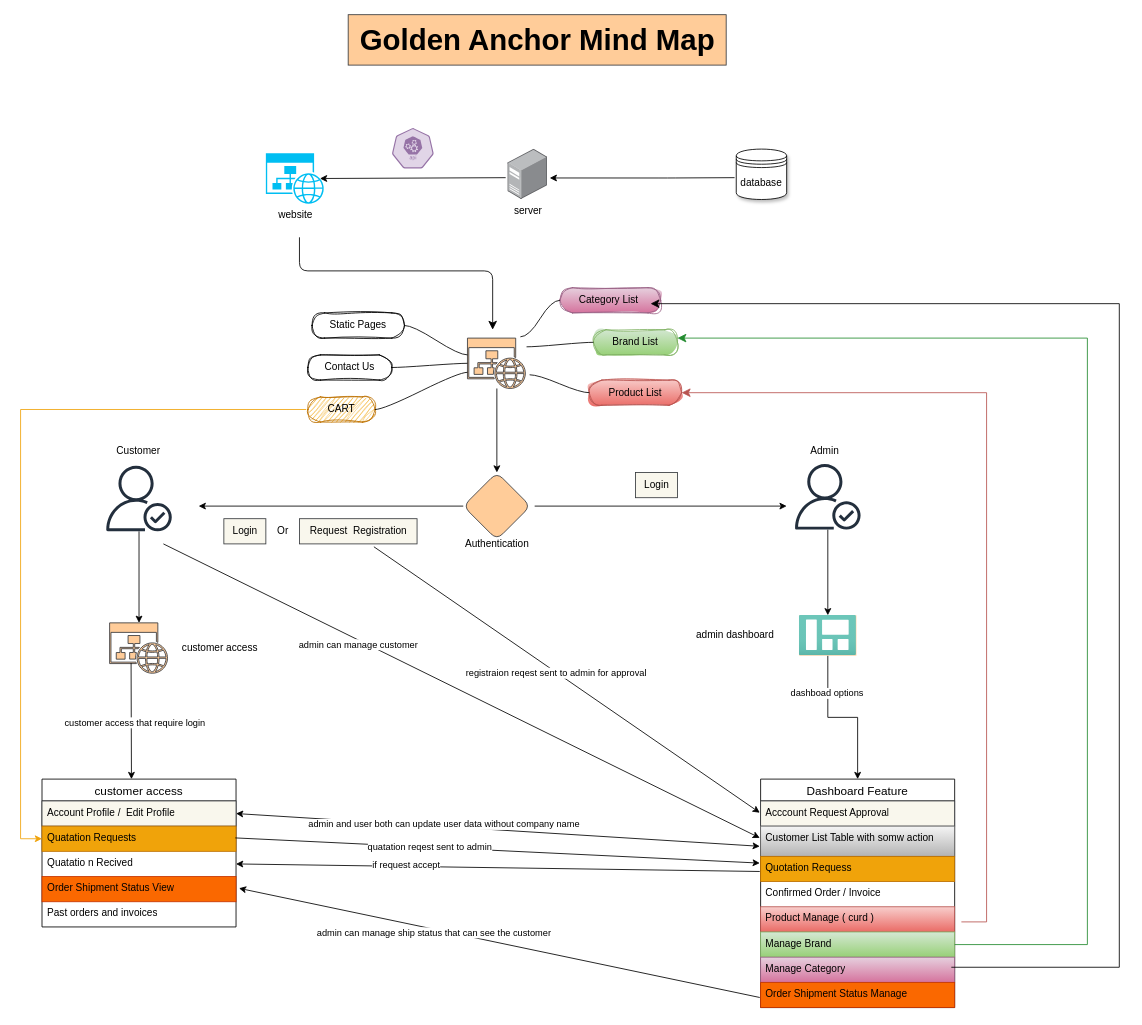
Above: page "mindmap" (2 of 2) of golden-anchor-flow.drawio in checkiamsiam/golden-anchor-visualizations (draw.io), before the change. Source tidied: cells renumbered, new cells numbered last; positions are measured from the earlier drawing's top-left corner, leaving out a move shared by most shapes. Both pictures are drawn from the tidied source at 84%, with x=0, y=0 at pixel (20, 14).
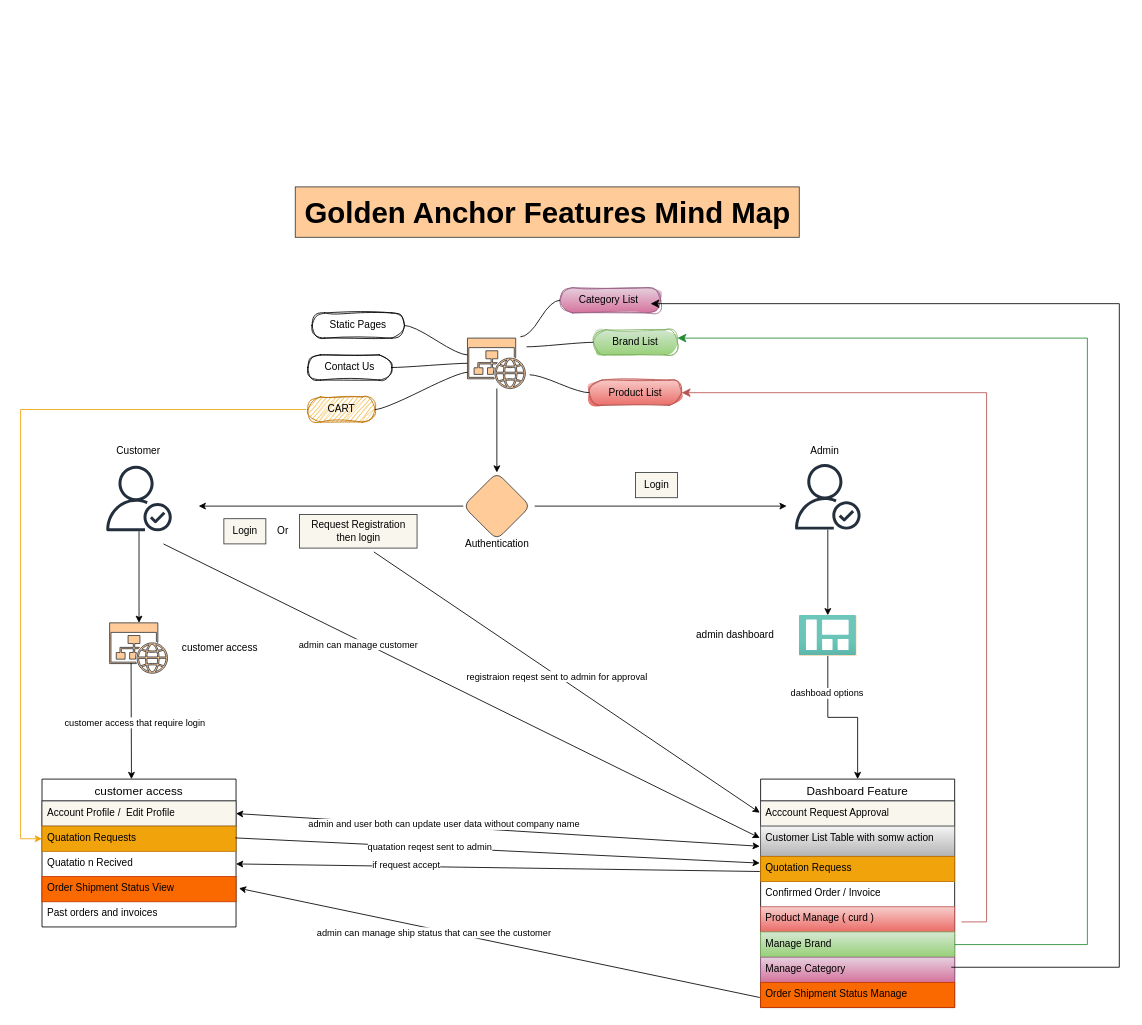
The same diagram, later.

The edit, as a diff of the source:
```diff
@@
-    <mxCell id="2" value="database" style="shape=datastore;whiteSpace=wrap;html=1;rounded=1;shadow=1;" parent="1" vertex="1">
-      <mxGeometry x="852" y="160" width="60" height="60" as="geometry" />
-    </mxCell>
-    <mxCell id="3" value="server" style="image;points=[];html=1;align=center;shadow=0;dashed=0;image=img/lib/allied_telesis/computer_and_terminals/Server_Desktop.svg;rounded=1;" parent="1" vertex="1">
-      <mxGeometry x="580" y="160" width="47.3" height="60" as="geometry" />
-    </mxCell>
-    <mxCell id="4" style="endArrow=classic;html=1;rounded=1;entryX=1.056;entryY=0.573;entryDx=0;entryDy=0;entryPerimeter=0;" parent="1" edge="1" target="3">
-      <mxGeometry relative="1" as="geometry">
-        <mxPoint x="850" y="194" as="sourcePoint" />
-        <Array as="points">
-          <mxPoint x="770" y="194.4" />
-        </Array>
-      </mxGeometry>
-    </mxCell>
-    <mxCell id="5" style="html=1;dashed=0;whitespace=wrap;fillColor=#e1d5e7;strokeColor=#9673a6;verticalLabelPosition=bottom;align=center;verticalAlign=top;shape=mxgraph.kubernetes.icon;prIcon=api;rounded=1;" parent="1" vertex="1">
-      <mxGeometry x="442" y="135" width="50" height="48" as="geometry" />
-    </mxCell>
-    <mxCell id="6" style="endArrow=classic;html=1;rounded=1;exitX=-0.053;exitY=0.567;exitDx=0;exitDy=0;exitPerimeter=0;entryX=0.92;entryY=0.5;entryDx=0;entryDy=0;entryPerimeter=0;" parent="1" edge="1" source="3" target="7">
-      <mxGeometry relative="1" as="geometry" />
-    </mxCell>
-    <mxCell id="7" value="website" style="verticalLabelPosition=bottom;html=1;verticalAlign=top;align=center;strokeColor=none;fillColor=#00BEF2;shape=mxgraph.azure.website_generic;rounded=1;shadow=0;" parent="1" vertex="1">
-      <mxGeometry x="292" y="165" width="70" height="60" as="geometry" />
-    </mxCell>
-    <mxCell id="8" style="edgeStyle=elbowEdgeStyle;elbow=vertical;endArrow=classic;html=1;curved=0;rounded=1;endSize=8;startSize=8;" parent="1" edge="1">
-      <mxGeometry relative="1" as="geometry">
-        <mxPoint x="332" y="265" as="sourcePoint" />
-        <mxPoint x="562" y="375" as="targetPoint" />
-        <Array as="points">
-          <mxPoint x="432" y="305" />
-        </Array>
-      </mxGeometry>
-    </mxCell>
@@
-    <mxCell id="40" value="Golden Anchor Mind Map" style="text;html=1;align=center;verticalAlign=middle;strokeColor=#36393d;fillColor=#ffcc99;fontSize=35;fontStyle=1;" parent="1" vertex="1">
-      <mxGeometry x="390" width="450" height="60" as="geometry" />
+    <mxCell id="40" value="Golden Anchor Features Mind Map" style="text;html=1;align=center;verticalAlign=middle;strokeColor=#36393d;fillColor=#ffcc99;fontSize=35;fontStyle=1;" parent="1" vertex="1">
+      <mxGeometry x="327" y="205" width="600" height="60" as="geometry" />
     </mxCell>
@@
-    <mxCell id="51" value="Request&amp;nbsp; Registration" style="text;html=1;align=center;verticalAlign=middle;points=[];fillColor=#f9f7ed;strokeColor=#36393d;" parent="1" vertex="1">
-      <mxGeometry x="332" y="600" width="140" height="30" as="geometry" />
+    <mxCell id="51" value="Request Registration&lt;br&gt;then login" style="text;html=1;align=center;verticalAlign=middle;points=[];fillColor=#f9f7ed;strokeColor=#36393d;" parent="1" vertex="1">
+      <mxGeometry x="332" y="595" width="140" height="40" as="geometry" />
     </mxCell>
```
